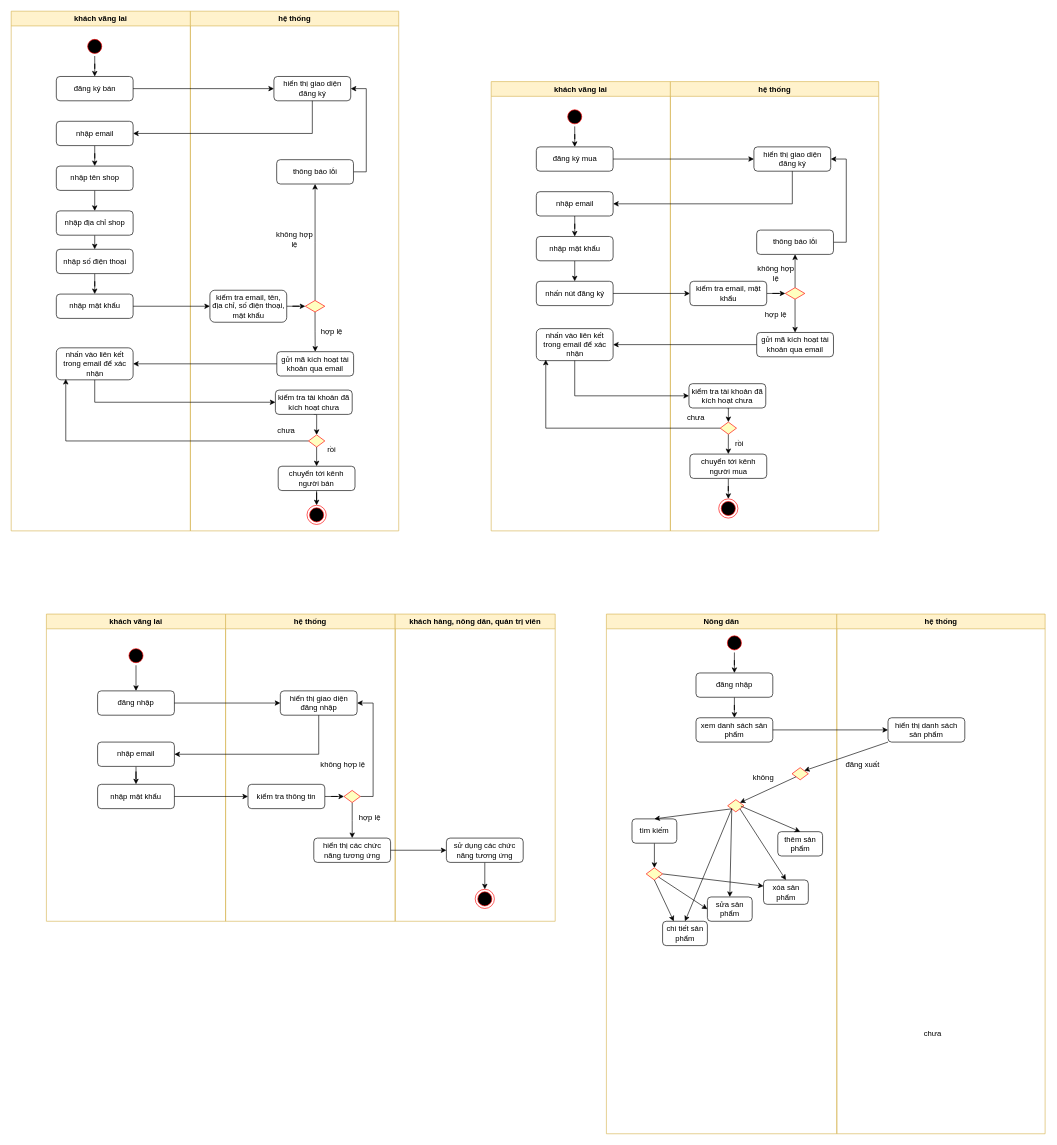
Above: activityDiagram.drawio in nhuthinh0258/Usecase (draw.io), before the change. Source tidied: cells renumbered, new cells numbered last; positions are measured from the earlier drawing's top-left corner, leaving out a move shared by most shapes. Both pictures are drawn from the tidied source at 64%, with x=0, y=0 at pixel (11, 11).
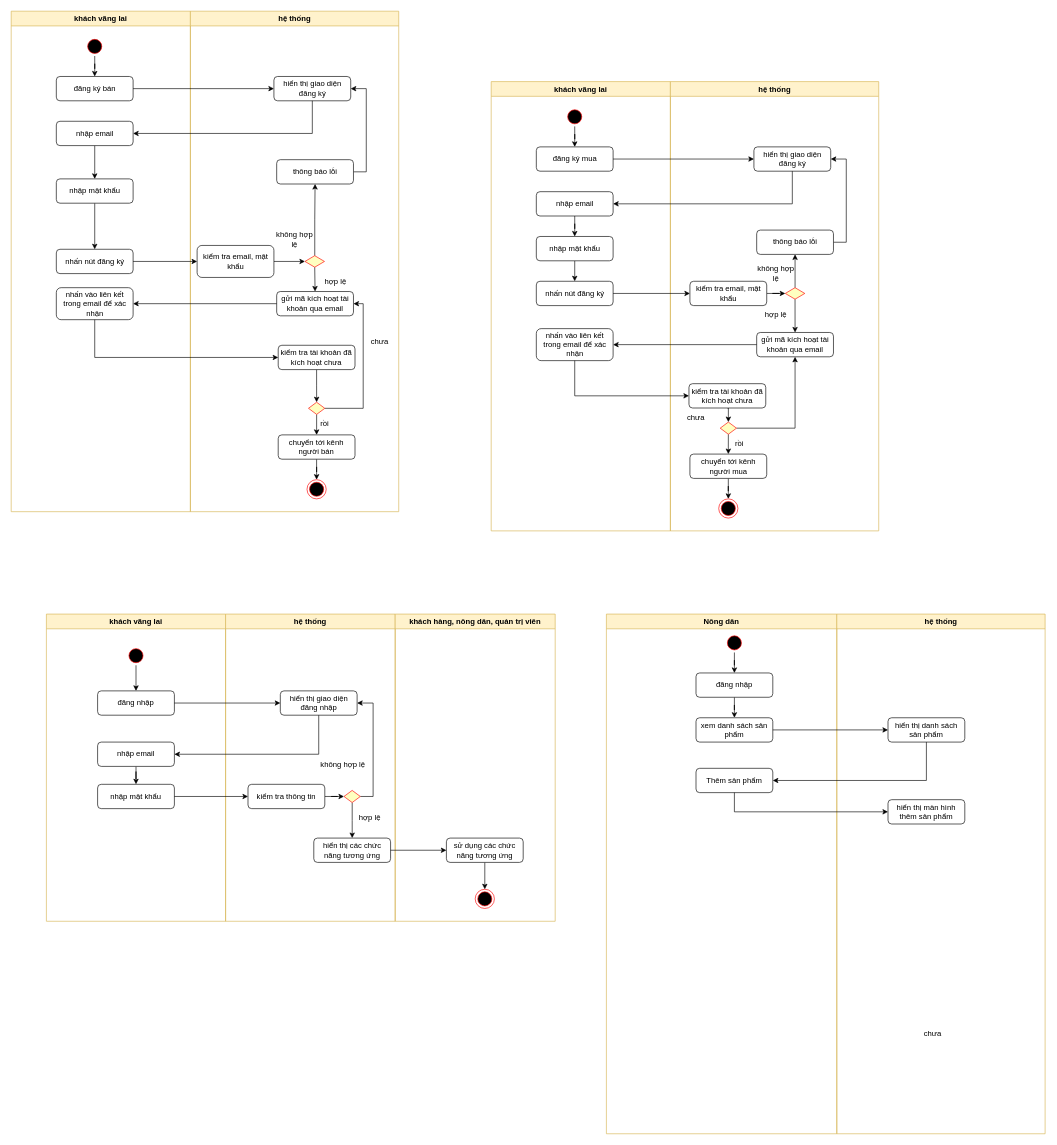
After the change.

Commit message (it also covers changes not shown here):
Cập nhật activityDiagram.drawio

The change refers to these unchanged cells:
```xml
<mxCell id="32" value="nhấn vào liên kết trong email để xác nhận" style="rounded=1;whiteSpace=wrap;html=1;" parent="23" vertex="1">
  <mxGeometry x="70.5" y="386" width="120" height="50" as="geometry" />
</mxCell>
<mxCell id="33" value="hệ thống" style="swimlane;whiteSpace=wrap;fillColor=#fff2cc;strokeColor=#d6b656;" parent="1" vertex="1">
  <mxGeometry x="1030" y="110" width="325.5" height="702" as="geometry" />
</mxCell>
<mxCell id="43" style="rhombus;fillColor=#ffffc0;strokeColor=#ff0000;" parent="33" vertex="1">
  <mxGeometry x="77.8" y="532" width="25.5" height="19" as="geometry" />
</mxCell>
<mxCell id="45" value="gửi mã kích hoạt tài khoản qua email" style="rounded=1;whiteSpace=wrap;html=1;" parent="33" vertex="1">
  <mxGeometry x="134.8" y="392" width="120" height="38" as="geometry" />
</mxCell>
<mxCell id="65" value="nhập email" style="rounded=1;whiteSpace=wrap;html=1;" parent="60" vertex="1">
  <mxGeometry x="70.5" y="172" width="120" height="38" as="geometry" />
</mxCell>
<mxCell id="105" value="Nông dân" style="swimlane;whiteSpace=wrap;fillColor=#fff2cc;strokeColor=#d6b656;" parent="1" vertex="1">
  <mxGeometry x="930" y="942" width="360" height="812" as="geometry" />
</mxCell>
<mxCell id="130" value="hệ thống" style="swimlane;whiteSpace=wrap;fillColor=#fff2cc;strokeColor=#d6b656;" parent="1" vertex="1">
  <mxGeometry x="1290" y="942" width="325.5" height="812" as="geometry" />
</mxCell>
<mxCell id="132" value="hiển thị danh sách sản phẩm" style="rounded=1;whiteSpace=wrap;html=1;" parent="130" vertex="1">
  <mxGeometry x="80" y="162" width="120" height="38" as="geometry" />
</mxCell>
```

Diff of the diagram source:
```diff
@@
+    <mxCell id="136" style="edgeStyle=orthogonalEdgeStyle;rounded=0;jettySize=auto;html=1;exitX=1;exitY=0.5;exitDx=0;exitDy=0;entryX=0.5;entryY=1;entryDx=0;entryDy=0;" parent="33" edge="1" source="43" target="45">
+      <mxGeometry relative="1" as="geometry" />
+    </mxCell>
@@
-    <mxCell id="59" style="edgeStyle=orthogonalEdgeStyle;rounded=0;jettySize=auto;html=1;entryX=0.123;entryY=0.972;entryDx=0;entryDy=0;entryPerimeter=0;" parent="1" edge="1" source="43" target="32">
-      <mxGeometry relative="1" as="geometry" />
-    </mxCell>
     <mxCell id="60" value="khách vãng lai" style="swimlane;whiteSpace=wrap;fillColor=#fff2cc;strokeColor=#d6b656;" parent="1" vertex="1">
-      <mxGeometry width="280" height="812" as="geometry" />
+      <mxGeometry width="280" height="782" as="geometry" />
     </mxCell>
@@
-    <mxCell id="64" style="edgeStyle=orthogonalEdgeStyle;rounded=0;jettySize=auto;html=1;" parent="60" edge="1" source="65" target="67">
+    <mxCell id="64" style="edgeStyle=orthogonalEdgeStyle;rounded=0;jettySize=auto;html=1;entryX=0.5;entryY=0;entryDx=0;entryDy=0;" parent="60" edge="1" source="65" target="72">
       <mxGeometry relative="1" as="geometry" />
     </mxCell>
@@
-    <mxCell id="66" style="edgeStyle=orthogonalEdgeStyle;rounded=0;jettySize=auto;html=1;exitX=0.5;exitY=1;exitDx=0;exitDy=0;entryX=0.5;entryY=0;entryDx=0;entryDy=0;" parent="60" edge="1" source="67" target="69">
-      <mxGeometry relative="1" as="geometry" />
-    </mxCell>
-    <mxCell id="67" value="nhập tên shop" style="rounded=1;whiteSpace=wrap;html=1;" parent="60" vertex="1">
-      <mxGeometry x="70.5" y="242" width="120" height="38" as="geometry" />
-    </mxCell>
-    <mxCell id="68" style="edgeStyle=orthogonalEdgeStyle;rounded=0;jettySize=auto;html=1;exitX=0.5;exitY=1;exitDx=0;exitDy=0;entryX=0.5;entryY=0;entryDx=0;entryDy=0;" parent="60" edge="1" source="69" target="71">
-      <mxGeometry relative="1" as="geometry" />
-    </mxCell>
-    <mxCell id="69" value="nhập địa chỉ shop" style="rounded=1;whiteSpace=wrap;html=1;" parent="60" vertex="1">
-      <mxGeometry x="70.5" y="312" width="120" height="38" as="geometry" />
-    </mxCell>
-    <mxCell id="70" style="edgeStyle=orthogonalEdgeStyle;rounded=0;jettySize=auto;html=1;" parent="60" edge="1" source="71" target="72">
-      <mxGeometry relative="1" as="geometry" />
-    </mxCell>
-    <mxCell id="71" value="nhập số điện thoại" style="rounded=1;whiteSpace=wrap;html=1;" parent="60" vertex="1">
-      <mxGeometry x="70.5" y="372" width="120" height="38" as="geometry" />
-    </mxCell>
+    <mxCell id="137" style="edgeStyle=orthogonalEdgeStyle;rounded=0;jettySize=auto;html=1;" parent="60" edge="1" source="72" target="138">
+      <mxGeometry relative="1" as="geometry" />
+    </mxCell>
     <mxCell id="72" value="nhập mật khẩu" style="rounded=1;whiteSpace=wrap;html=1;" parent="60" vertex="1">
-      <mxGeometry x="70.5" y="442" width="120" height="38" as="geometry" />
+      <mxGeometry x="70.5" y="262" width="120" height="38" as="geometry" />
     </mxCell>
     <mxCell id="73" value="nhấn vào liên kết trong email để xác nhận" style="rounded=1;whiteSpace=wrap;html=1;" parent="60" vertex="1">
-      <mxGeometry x="70.5" y="526" width="120" height="50" as="geometry" />
+      <mxGeometry x="70.5" y="432" width="120" height="50" as="geometry" />
     </mxCell>
+    <mxCell id="138" value="nhấn nút đăng ký" style="rounded=1;whiteSpace=wrap;html=1;" parent="60" vertex="1">
+      <mxGeometry x="70.5" y="372" width="120" height="38" as="geometry" />
+    </mxCell>
     <mxCell id="74" value="hệ thống" style="swimlane;whiteSpace=wrap;fillColor=#fff2cc;strokeColor=#d6b656;" parent="1" vertex="1">
-      <mxGeometry x="280" width="325.5" height="812" as="geometry" />
+      <mxGeometry x="280" width="325.5" height="782" as="geometry" />
     </mxCell>
@@
-    <mxCell id="76" value="kiểm tra email, tên, địa chỉ, số điện thoại, mật khẩu" style="rounded=1;whiteSpace=wrap;html=1;" parent="74" vertex="1">
-      <mxGeometry x="30.5" y="436" width="120" height="50" as="geometry" />
+    <mxCell id="76" value="kiểm tra email, mật khẩu" style="rounded=1;whiteSpace=wrap;html=1;" parent="74" vertex="1">
+      <mxGeometry x="10.5" y="366" width="120" height="50" as="geometry" />
     </mxCell>
@@
     <mxCell id="79" style="rhombus;fillColor=#ffffc0;strokeColor=#ff0000;" parent="74" vertex="1">
-      <mxGeometry x="179.5" y="452" width="30.5" height="18" as="geometry" />
+      <mxGeometry x="179" y="382" width="30.5" height="18" as="geometry" />
     </mxCell>
@@
     <mxCell id="82" value="hợp lệ" style="text;html=1;strokeColor=none;fillColor=none;align=center;verticalAlign=middle;whiteSpace=wrap;rounded=0;" parent="74" vertex="1">
-      <mxGeometry x="190.5" y="486" width="60" height="30" as="geometry" />
+      <mxGeometry x="197.2" y="408" width="60" height="30" as="geometry" />
     </mxCell>
@@
     <mxCell id="84" value="chưa" style="text;html=1;strokeColor=none;fillColor=none;align=center;verticalAlign=middle;whiteSpace=wrap;rounded=0;" parent="74" vertex="1">
-      <mxGeometry x="119.5" y="640" width="60" height="30" as="geometry" />
+      <mxGeometry x="265.5" y="502" width="60" height="30" as="geometry" />
     </mxCell>
@@
     <mxCell id="89" value="rồi" style="text;html=1;strokeColor=none;fillColor=none;align=center;verticalAlign=middle;whiteSpace=wrap;rounded=0;" parent="74" vertex="1">
-      <mxGeometry x="190.5" y="670" width="60" height="30" as="geometry" />
+      <mxGeometry x="179.5" y="630" width="60" height="30" as="geometry" />
     </mxCell>
     <mxCell id="90" value="gửi mã kích hoạt tài khoản qua email" style="rounded=1;whiteSpace=wrap;html=1;" parent="74" vertex="1">
-      <mxGeometry x="135" y="532" width="120" height="38" as="geometry" />
+      <mxGeometry x="134.8" y="438" width="120" height="38" as="geometry" />
     </mxCell>
     <mxCell id="91" value="kiểm tra tài khoản đã kích hoạt chưa" style="rounded=1;whiteSpace=wrap;html=1;" parent="74" vertex="1">
-      <mxGeometry x="132.8" y="592" width="120" height="38" as="geometry" />
+      <mxGeometry x="137.2" y="522" width="120" height="38" as="geometry" />
     </mxCell>
+    <mxCell id="139" style="edgeStyle=orthogonalEdgeStyle;rounded=0;jettySize=auto;html=1;exitX=1;exitY=0.5;exitDx=0;exitDy=0;entryX=1;entryY=0.5;entryDx=0;entryDy=0;" parent="74" edge="1" source="92" target="90">
+      <mxGeometry relative="1" as="geometry">
+        <Array as="points">
+          <mxPoint x="270" y="621" />
+          <mxPoint x="270" y="457" />
+        </Array>
+      </mxGeometry>
+    </mxCell>
     <mxCell id="92" style="rhombus;fillColor=#ffffc0;strokeColor=#ff0000;" parent="74" vertex="1">
-      <mxGeometry x="184.5" y="662" width="25.5" height="19" as="geometry" />
+      <mxGeometry x="184.5" y="611" width="25.5" height="19" as="geometry" />
     </mxCell>
     <mxCell id="93" value="chuyển tới kênh người bán" style="rounded=1;whiteSpace=wrap;html=1;" parent="74" vertex="1">
-      <mxGeometry x="137.2" y="711" width="120" height="38" as="geometry" />
+      <mxGeometry x="137.2" y="662" width="120" height="38" as="geometry" />
     </mxCell>
     <mxCell id="94" style="ellipse;shape=endState;fillColor=#000000;strokeColor=#ff0000;" parent="74" vertex="1">
-      <mxGeometry x="182.2" y="772" width="30" height="30" as="geometry" />
+      <mxGeometry x="182.2" y="732" width="30" height="30" as="geometry" />
     </mxCell>
@@
-    <mxCell id="97" style="edgeStyle=orthogonalEdgeStyle;rounded=0;jettySize=auto;html=1;exitX=1;exitY=0.5;exitDx=0;exitDy=0;entryX=0;entryY=0.5;entryDx=0;entryDy=0;" parent="1" edge="1" source="72" target="76">
-      <mxGeometry relative="1" as="geometry" />
-    </mxCell>
@@
-    <mxCell id="100" style="edgeStyle=orthogonalEdgeStyle;rounded=0;jettySize=auto;html=1;entryX=0.123;entryY=0.972;entryDx=0;entryDy=0;entryPerimeter=0;" parent="1" edge="1" source="92" target="73">
-      <mxGeometry relative="1" as="geometry" />
-    </mxCell>
@@
-    <mxCell id="111" style="rhombus;fillColor=#ffffc0;strokeColor=#ff0000;" parent="105" vertex="1">
-      <mxGeometry x="290" y="240" width="25.5" height="19" as="geometry" />
-    </mxCell>
-    <mxCell id="112" style="rhombus;fillColor=#ffffc0;strokeColor=#ff0000;" parent="105" vertex="1">
-      <mxGeometry x="189.5" y="290" width="25.5" height="19" as="geometry" />
-    </mxCell>
-    <mxCell id="113" style="endArrow=classic;html=1;rounded=0;exitX=0;exitY=1;exitDx=0;exitDy=0;entryX=1;entryY=0;entryDx=0;entryDy=0;" parent="105" edge="1" source="111" target="112">
-      <mxGeometry relative="1" as="geometry" />
-    </mxCell>
-    <mxCell id="114" style="edgeStyle=orthogonalEdgeStyle;rounded=0;jettySize=auto;html=1;" parent="105" edge="1" source="115" target="124">
-      <mxGeometry relative="1" as="geometry" />
-    </mxCell>
-    <mxCell id="115" value="tìm kiếm" style="rounded=1;whiteSpace=wrap;html=1;" parent="105" vertex="1">
-      <mxGeometry x="40" y="320" width="70" height="38" as="geometry" />
-    </mxCell>
-    <mxCell id="116" value="không" style="text;html=1;align=center;verticalAlign=middle;strokeColor=none;fillColor=none;" parent="105" vertex="1">
-      <mxGeometry x="215" y="240" width="60" height="30" as="geometry" />
-    </mxCell>
-    <mxCell id="117" value="thêm sản phẩm" style="rounded=1;whiteSpace=wrap;html=1;" parent="105" vertex="1">
-      <mxGeometry x="267.8" y="340" width="70" height="38" as="geometry" />
-    </mxCell>
-    <mxCell id="118" value="sửa sản phẩm" style="rounded=1;whiteSpace=wrap;html=1;" parent="105" vertex="1">
-      <mxGeometry x="157.8" y="442" width="70" height="38" as="geometry" />
-    </mxCell>
-    <mxCell id="119" style="endArrow=classic;html=1;rounded=0;exitX=0;exitY=1;exitDx=0;exitDy=0;entryX=0.5;entryY=0;entryDx=0;entryDy=0;" parent="105" edge="1" source="112" target="115">
-      <mxGeometry relative="1" as="geometry" />
-    </mxCell>
-    <mxCell id="120" style="endArrow=classic;html=1;rounded=0;exitX=0.804;exitY=0.526;exitDx=0;exitDy=0;entryX=0.5;entryY=0;entryDx=0;entryDy=0;exitPerimeter=0;" parent="105" edge="1" source="112" target="117">
-      <mxGeometry relative="1" as="geometry" />
-    </mxCell>
-    <mxCell id="121" value="xóa sản phẩm" style="rounded=1;whiteSpace=wrap;html=1;" parent="105" vertex="1">
-      <mxGeometry x="245.5" y="415.5" width="70" height="38" as="geometry" />
-    </mxCell>
-    <mxCell id="122" style="endArrow=classic;html=1;rounded=0;entryX=0.5;entryY=0;entryDx=0;entryDy=0;exitX=0;exitY=1;exitDx=0;exitDy=0;" parent="105" edge="1" source="112" target="118">
-      <mxGeometry relative="1" as="geometry" />
-    </mxCell>
-    <mxCell id="123" style="endArrow=classic;html=1;rounded=0;entryX=0.5;entryY=0;entryDx=0;entryDy=0;exitX=1;exitY=1;exitDx=0;exitDy=0;" parent="105" edge="1" source="112" target="121">
-      <mxGeometry relative="1" as="geometry" />
-    </mxCell>
-    <mxCell id="124" style="rhombus;fillColor=#ffffc0;strokeColor=#ff0000;" parent="105" vertex="1">
-      <mxGeometry x="62.2" y="396.5" width="25.5" height="19" as="geometry" />
-    </mxCell>
-    <mxCell id="125" value="chi tiết sản phẩm" style="rounded=1;whiteSpace=wrap;html=1;" parent="105" vertex="1">
-      <mxGeometry x="87.8" y="480" width="70" height="38" as="geometry" />
-    </mxCell>
-    <mxCell id="126" style="endArrow=classic;html=1;rounded=0;entryX=0.5;entryY=0;entryDx=0;entryDy=0;exitX=0;exitY=1;exitDx=0;exitDy=0;" parent="105" edge="1" source="112" target="125">
-      <mxGeometry relative="1" as="geometry" />
-    </mxCell>
-    <mxCell id="127" style="endArrow=classic;html=1;rounded=0;entryX=0.25;entryY=0;entryDx=0;entryDy=0;exitX=0.5;exitY=1;exitDx=0;exitDy=0;" parent="105" edge="1" source="124" target="125">
-      <mxGeometry relative="1" as="geometry" />
-    </mxCell>
-    <mxCell id="128" style="endArrow=classic;html=1;rounded=0;entryX=0;entryY=0.5;entryDx=0;entryDy=0;exitX=1;exitY=1;exitDx=0;exitDy=0;" parent="105" edge="1" source="124" target="118">
-      <mxGeometry relative="1" as="geometry" />
-    </mxCell>
-    <mxCell id="129" style="endArrow=classic;html=1;rounded=0;entryX=0;entryY=0.25;entryDx=0;entryDy=0;exitX=1;exitY=0.5;exitDx=0;exitDy=0;" parent="105" edge="1" source="124" target="121">
-      <mxGeometry relative="1" as="geometry" />
-    </mxCell>
+    <mxCell id="140" value="Thêm sản phẩm" style="rounded=1;whiteSpace=wrap;html=1;" parent="105" vertex="1">
+      <mxGeometry x="140" y="241" width="120" height="38" as="geometry" />
+    </mxCell>
@@
-    <mxCell id="133" value="đăng xuất" style="text;html=1;align=center;verticalAlign=middle;strokeColor=none;fillColor=none;" parent="130" vertex="1">
-      <mxGeometry y="220" width="80" height="30" as="geometry" />
-    </mxCell>
+    <mxCell id="141" value="hiển thị màn hình thêm sản phẩm" style="rounded=1;whiteSpace=wrap;html=1;" parent="130" vertex="1">
+      <mxGeometry x="80" y="290" width="120" height="38" as="geometry" />
+    </mxCell>
@@
-    <mxCell id="135" style="endArrow=classic;html=1;rounded=0;exitX=0;exitY=1;exitDx=0;exitDy=0;entryX=1;entryY=0;entryDx=0;entryDy=0;" parent="1" edge="1" source="132" target="111">
-      <mxGeometry relative="1" as="geometry" />
-    </mxCell>
+    <mxCell id="142" style="edgeStyle=orthogonalEdgeStyle;rounded=0;jettySize=auto;html=1;" parent="1" edge="1" source="138" target="76">
+      <mxGeometry relative="1" as="geometry" />
+    </mxCell>
+    <mxCell id="143" style="edgeStyle=orthogonalEdgeStyle;rounded=0;jettySize=auto;html=1;exitX=0.5;exitY=1;exitDx=0;exitDy=0;entryX=1;entryY=0.5;entryDx=0;entryDy=0;" parent="1" edge="1" source="132" target="140">
+      <mxGeometry relative="1" as="geometry" />
+    </mxCell>
+    <mxCell id="144" style="edgeStyle=orthogonalEdgeStyle;rounded=0;jettySize=auto;html=1;exitX=0.5;exitY=1;exitDx=0;exitDy=0;entryX=0;entryY=0.5;entryDx=0;entryDy=0;" parent="1" edge="1" source="140" target="141">
+      <mxGeometry relative="1" as="geometry" />
+    </mxCell>
```
